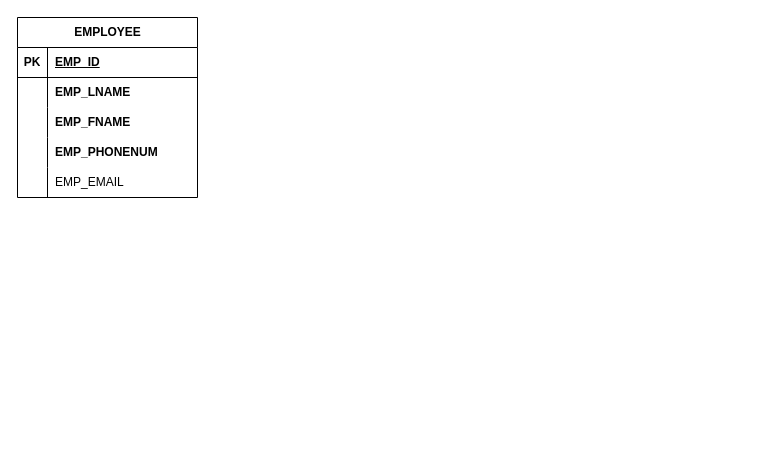
Above: hw1.drawio in Eren-Jeager123/ERD-COVID (draw.io), before the change. Source tidied: cells renumbered, new cells numbered last; positions are measured from the earlier drawing's top-left corner, leaving out a move shared by most shapes. Both pictures are drawn from the tidied source at 100%, with x=0, y=0 at pixel (17, 17).
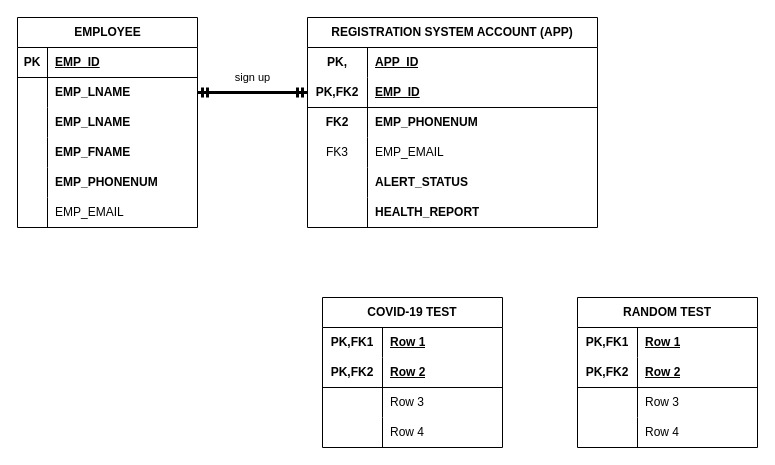
Above is the later version.

Unchanged cells that the change refers to:
```xml
<mxCell id="6" style="shape=tableRow;horizontal=0;startSize=0;swimlaneHead=0;swimlaneBody=0;fillColor=none;points=[[0,0.5],[1,0.5]];portConstraint=eastwest;top=0;left=0;right=0;bottom=0;" parent="2" vertex="1">
  <mxGeometry y="60" width="180" height="30" as="geometry" />
</mxCell>
```

The edit, as a diff of the source:
```diff
@@
     <mxCell id="2" value="EMPLOYEE" style="shape=table;startSize=30;childLayout=tableLayout;rowLines=0;fontStyle=1;align=center;html=1;" parent="1" vertex="1">
-      <mxGeometry width="180" height="180" as="geometry" />
+      <mxGeometry width="180" height="210" as="geometry" />
     </mxCell>
@@
+    <mxCell id="18" style="shape=tableRow;horizontal=0;startSize=0;swimlaneHead=0;swimlaneBody=0;fillColor=none;top=0;left=0;right=0;bottom=0;" parent="2" vertex="1">
+      <mxGeometry y="90" width="180" height="30" as="geometry" />
+    </mxCell>
+    <mxCell id="19" style="shape=partialRectangle;fillColor=none;top=0;left=0;bottom=0;right=0;overflow=hidden;whiteSpace=wrap;html=1;" parent="18" vertex="1">
+      <mxGeometry width="30" height="30" as="geometry" />
+    </mxCell>
+    <mxCell id="20" value="&lt;b&gt;EMP_LNAME&lt;/b&gt;" style="shape=partialRectangle;fillColor=none;top=0;left=0;bottom=0;right=0;align=left;spacingLeft=6;overflow=hidden;whiteSpace=wrap;html=1;" parent="18" vertex="1">
+      <mxGeometry x="30" width="150" height="30" as="geometry" />
+    </mxCell>
     <mxCell id="9" style="shape=tableRow;horizontal=0;startSize=0;swimlaneHead=0;swimlaneBody=0;fillColor=none;top=0;left=0;right=0;bottom=0;" parent="2" vertex="1">
-      <mxGeometry y="90" width="180" height="30" as="geometry" />
+      <mxGeometry y="120" width="180" height="30" as="geometry" />
     </mxCell>
@@
     <mxCell id="12" style="shape=tableRow;horizontal=0;startSize=0;swimlaneHead=0;swimlaneBody=0;fillColor=none;top=0;left=0;right=0;bottom=0;" parent="2" vertex="1">
-      <mxGeometry y="120" width="180" height="30" as="geometry" />
+      <mxGeometry y="150" width="180" height="30" as="geometry" />
     </mxCell>
@@
     <mxCell id="15" style="shape=tableRow;horizontal=0;startSize=0;swimlaneHead=0;swimlaneBody=0;fillColor=none;top=0;left=0;right=0;bottom=0;" parent="2" vertex="1">
-      <mxGeometry y="150" width="180" height="30" as="geometry" />
+      <mxGeometry y="180" width="180" height="30" as="geometry" />
     </mxCell>
@@
+    <mxCell id="21" value="sign up" style="edgeStyle=orthogonalEdgeStyle;rounded=0;jettySize=auto;html=1;exitX=1;exitY=0.5;exitDx=0;exitDy=0;entryX=0;entryY=0.5;entryDx=0;entryDy=0;startArrow=ERmandOne;startFill=0;endArrow=ERmandOne;endFill=0;strokeWidth=3;" parent="1" edge="1" source="6" target="26">
+      <mxGeometry y="15" relative="1" as="geometry" />
+    </mxCell>
+    <mxCell id="22" value="REGISTRATION SYSTEM ACCOUNT (APP)" style="shape=table;startSize=30;childLayout=tableLayout;rowLines=0;fontStyle=1;align=center;html=1;whiteSpace=wrap;" parent="1" vertex="1">
+      <mxGeometry x="290" width="290" height="210" as="geometry" />
+    </mxCell>
+    <mxCell id="23" style="shape=tableRow;horizontal=0;startSize=0;swimlaneHead=0;swimlaneBody=0;fillColor=none;top=0;left=0;right=0;bottom=0;html=1;" parent="22" vertex="1">
+      <mxGeometry y="30" width="290" height="30" as="geometry" />
+    </mxCell>
+    <mxCell id="24" value="PK," style="shape=partialRectangle;fillColor=none;top=0;left=0;bottom=0;right=0;fontStyle=1;overflow=hidden;html=1;whiteSpace=wrap;" parent="23" vertex="1">
+      <mxGeometry width="60" height="30" as="geometry" />
+    </mxCell>
+    <mxCell id="25" value="APP_ID" style="shape=partialRectangle;fillColor=none;top=0;left=0;bottom=0;right=0;align=left;spacingLeft=6;fontStyle=5;overflow=hidden;html=1;whiteSpace=wrap;" parent="23" vertex="1">
+      <mxGeometry x="60" width="230" height="30" as="geometry" />
+    </mxCell>
+    <mxCell id="26" style="shape=tableRow;horizontal=0;startSize=0;swimlaneHead=0;swimlaneBody=0;fillColor=none;points=[[0,0.5],[1,0.5]];portConstraint=eastwest;top=0;left=0;right=0;bottom=1;html=1;" parent="22" vertex="1">
+      <mxGeometry y="60" width="290" height="30" as="geometry" />
+    </mxCell>
+    <mxCell id="27" value="PK,FK2" style="shape=partialRectangle;fillColor=none;top=0;left=0;bottom=0;right=0;fontStyle=1;overflow=hidden;html=1;whiteSpace=wrap;" parent="26" vertex="1">
+      <mxGeometry width="60" height="30" as="geometry" />
+    </mxCell>
+    <mxCell id="28" value="EMP_ID" style="shape=partialRectangle;fillColor=none;top=0;left=0;bottom=0;right=0;align=left;spacingLeft=6;fontStyle=5;overflow=hidden;html=1;whiteSpace=wrap;" parent="26" vertex="1">
+      <mxGeometry x="60" width="230" height="30" as="geometry" />
+    </mxCell>
+    <mxCell id="29" style="shape=tableRow;horizontal=0;startSize=0;swimlaneHead=0;swimlaneBody=0;fillColor=none;top=0;left=0;right=0;bottom=0;html=1;" parent="22" vertex="1">
+      <mxGeometry y="90" width="290" height="30" as="geometry" />
+    </mxCell>
+    <mxCell id="30" value="&lt;b&gt;FK2&lt;/b&gt;" style="shape=partialRectangle;fillColor=none;top=0;left=0;bottom=0;right=0;overflow=hidden;html=1;whiteSpace=wrap;" parent="29" vertex="1">
+      <mxGeometry width="60" height="30" as="geometry" />
+    </mxCell>
+    <mxCell id="31" value="&lt;b&gt;EMP_PHONENUM&lt;/b&gt;" style="shape=partialRectangle;fillColor=none;top=0;left=0;bottom=0;right=0;align=left;spacingLeft=6;overflow=hidden;html=1;whiteSpace=wrap;" parent="29" vertex="1">
+      <mxGeometry x="60" width="230" height="30" as="geometry" />
+    </mxCell>
+    <mxCell id="32" style="shape=tableRow;horizontal=0;startSize=0;swimlaneHead=0;swimlaneBody=0;fillColor=none;top=0;left=0;right=0;bottom=0;html=1;" parent="22" vertex="1">
+      <mxGeometry y="120" width="290" height="30" as="geometry" />
+    </mxCell>
+    <mxCell id="33" value="FK3" style="shape=partialRectangle;fillColor=none;top=0;left=0;bottom=0;right=0;overflow=hidden;html=1;whiteSpace=wrap;" parent="32" vertex="1">
+      <mxGeometry width="60" height="30" as="geometry" />
+    </mxCell>
+    <mxCell id="34" value="EMP_EMAIL" style="shape=partialRectangle;fillColor=none;top=0;left=0;bottom=0;right=0;align=left;spacingLeft=6;overflow=hidden;html=1;whiteSpace=wrap;" parent="32" vertex="1">
+      <mxGeometry x="60" width="230" height="30" as="geometry" />
+    </mxCell>
+    <mxCell id="35" style="shape=tableRow;horizontal=0;startSize=0;swimlaneHead=0;swimlaneBody=0;fillColor=none;top=0;left=0;right=0;bottom=0;html=1;" parent="22" vertex="1">
+      <mxGeometry y="150" width="290" height="30" as="geometry" />
+    </mxCell>
+    <mxCell id="36" style="shape=partialRectangle;fillColor=none;top=0;left=0;bottom=0;right=0;overflow=hidden;html=1;whiteSpace=wrap;" parent="35" vertex="1">
+      <mxGeometry width="60" height="30" as="geometry" />
+    </mxCell>
+    <mxCell id="37" value="&lt;b&gt;ALERT_STATUS&lt;/b&gt;" style="shape=partialRectangle;fillColor=none;top=0;left=0;bottom=0;right=0;align=left;spacingLeft=6;overflow=hidden;html=1;whiteSpace=wrap;" parent="35" vertex="1">
+      <mxGeometry x="60" width="230" height="30" as="geometry" />
+    </mxCell>
+    <mxCell id="38" style="shape=tableRow;horizontal=0;startSize=0;swimlaneHead=0;swimlaneBody=0;fillColor=none;top=0;left=0;right=0;bottom=0;html=1;" parent="22" vertex="1">
+      <mxGeometry y="180" width="290" height="30" as="geometry" />
+    </mxCell>
+    <mxCell id="39" style="shape=partialRectangle;fillColor=none;top=0;left=0;bottom=0;right=0;overflow=hidden;html=1;whiteSpace=wrap;" parent="38" vertex="1">
+      <mxGeometry width="60" height="30" as="geometry" />
+    </mxCell>
+    <mxCell id="40" value="&lt;b&gt;HEALTH_REPORT&lt;/b&gt;" style="shape=partialRectangle;fillColor=none;top=0;left=0;bottom=0;right=0;align=left;spacingLeft=6;overflow=hidden;html=1;whiteSpace=wrap;" parent="38" vertex="1">
+      <mxGeometry x="60" width="230" height="30" as="geometry" />
+    </mxCell>
+    <mxCell id="41" value="COVID-19 TEST" style="shape=table;startSize=30;childLayout=tableLayout;rowLines=0;fontStyle=1;align=center;html=1;whiteSpace=wrap;" parent="1" vertex="1">
+      <mxGeometry x="305" y="280" width="180" height="150" as="geometry" />
+    </mxCell>
+    <mxCell id="42" style="shape=tableRow;horizontal=0;startSize=0;swimlaneHead=0;swimlaneBody=0;fillColor=none;top=0;left=0;right=0;bottom=0;html=1;" parent="41" vertex="1">
+      <mxGeometry y="30" width="180" height="30" as="geometry" />
+    </mxCell>
+    <mxCell id="43" value="PK,FK1" style="shape=partialRectangle;fillColor=none;top=0;left=0;bottom=0;right=0;fontStyle=1;overflow=hidden;html=1;whiteSpace=wrap;" parent="42" vertex="1">
+      <mxGeometry width="60" height="30" as="geometry" />
+    </mxCell>
+    <mxCell id="44" value="Row 1" style="shape=partialRectangle;fillColor=none;top=0;left=0;bottom=0;right=0;align=left;spacingLeft=6;fontStyle=5;overflow=hidden;html=1;whiteSpace=wrap;" parent="42" vertex="1">
+      <mxGeometry x="60" width="120" height="30" as="geometry" />
+    </mxCell>
+    <mxCell id="45" style="shape=tableRow;horizontal=0;startSize=0;swimlaneHead=0;swimlaneBody=0;fillColor=none;top=0;left=0;right=0;bottom=1;html=1;" parent="41" vertex="1">
+      <mxGeometry y="60" width="180" height="30" as="geometry" />
+    </mxCell>
+    <mxCell id="46" value="PK,FK2" style="shape=partialRectangle;fillColor=none;top=0;left=0;bottom=0;right=0;fontStyle=1;overflow=hidden;html=1;whiteSpace=wrap;" parent="45" vertex="1">
+      <mxGeometry width="60" height="30" as="geometry" />
+    </mxCell>
+    <mxCell id="47" value="Row 2" style="shape=partialRectangle;fillColor=none;top=0;left=0;bottom=0;right=0;align=left;spacingLeft=6;fontStyle=5;overflow=hidden;html=1;whiteSpace=wrap;" parent="45" vertex="1">
+      <mxGeometry x="60" width="120" height="30" as="geometry" />
+    </mxCell>
+    <mxCell id="48" style="shape=tableRow;horizontal=0;startSize=0;swimlaneHead=0;swimlaneBody=0;fillColor=none;top=0;left=0;right=0;bottom=0;html=1;" parent="41" vertex="1">
+      <mxGeometry y="90" width="180" height="30" as="geometry" />
+    </mxCell>
+    <mxCell id="49" style="shape=partialRectangle;fillColor=none;top=0;left=0;bottom=0;right=0;overflow=hidden;html=1;whiteSpace=wrap;" parent="48" vertex="1">
+      <mxGeometry width="60" height="30" as="geometry" />
+    </mxCell>
+    <mxCell id="50" value="Row 3" style="shape=partialRectangle;fillColor=none;top=0;left=0;bottom=0;right=0;align=left;spacingLeft=6;overflow=hidden;html=1;whiteSpace=wrap;" parent="48" vertex="1">
+      <mxGeometry x="60" width="120" height="30" as="geometry" />
+    </mxCell>
+    <mxCell id="51" style="shape=tableRow;horizontal=0;startSize=0;swimlaneHead=0;swimlaneBody=0;fillColor=none;top=0;left=0;right=0;bottom=0;html=1;" parent="41" vertex="1">
+      <mxGeometry y="120" width="180" height="30" as="geometry" />
+    </mxCell>
+    <mxCell id="52" style="shape=partialRectangle;fillColor=none;top=0;left=0;bottom=0;right=0;overflow=hidden;html=1;whiteSpace=wrap;" parent="51" vertex="1">
+      <mxGeometry width="60" height="30" as="geometry" />
+    </mxCell>
+    <mxCell id="53" value="Row 4" style="shape=partialRectangle;fillColor=none;top=0;left=0;bottom=0;right=0;align=left;spacingLeft=6;overflow=hidden;html=1;whiteSpace=wrap;" parent="51" vertex="1">
+      <mxGeometry x="60" width="120" height="30" as="geometry" />
+    </mxCell>
+    <mxCell id="54" value="RANDOM TEST" style="shape=table;startSize=30;childLayout=tableLayout;rowLines=0;fontStyle=1;align=center;html=1;whiteSpace=wrap;" parent="1" vertex="1">
+      <mxGeometry x="560" y="280" width="180" height="150" as="geometry" />
+    </mxCell>
+    <mxCell id="55" style="shape=tableRow;horizontal=0;startSize=0;swimlaneHead=0;swimlaneBody=0;fillColor=none;top=0;left=0;right=0;bottom=0;html=1;" parent="54" vertex="1">
+      <mxGeometry y="30" width="180" height="30" as="geometry" />
+    </mxCell>
+    <mxCell id="56" value="PK,FK1" style="shape=partialRectangle;fillColor=none;top=0;left=0;bottom=0;right=0;fontStyle=1;overflow=hidden;html=1;whiteSpace=wrap;" parent="55" vertex="1">
+      <mxGeometry width="60" height="30" as="geometry" />
+    </mxCell>
+    <mxCell id="57" value="Row 1" style="shape=partialRectangle;fillColor=none;top=0;left=0;bottom=0;right=0;align=left;spacingLeft=6;fontStyle=5;overflow=hidden;html=1;whiteSpace=wrap;" parent="55" vertex="1">
+      <mxGeometry x="60" width="120" height="30" as="geometry" />
+    </mxCell>
+    <mxCell id="58" style="shape=tableRow;horizontal=0;startSize=0;swimlaneHead=0;swimlaneBody=0;fillColor=none;top=0;left=0;right=0;bottom=1;html=1;" parent="54" vertex="1">
+      <mxGeometry y="60" width="180" height="30" as="geometry" />
+    </mxCell>
+    <mxCell id="59" value="PK,FK2" style="shape=partialRectangle;fillColor=none;top=0;left=0;bottom=0;right=0;fontStyle=1;overflow=hidden;html=1;whiteSpace=wrap;" parent="58" vertex="1">
+      <mxGeometry width="60" height="30" as="geometry" />
+    </mxCell>
+    <mxCell id="60" value="Row 2" style="shape=partialRectangle;fillColor=none;top=0;left=0;bottom=0;right=0;align=left;spacingLeft=6;fontStyle=5;overflow=hidden;html=1;whiteSpace=wrap;" parent="58" vertex="1">
+      <mxGeometry x="60" width="120" height="30" as="geometry" />
+    </mxCell>
+    <mxCell id="61" style="shape=tableRow;horizontal=0;startSize=0;swimlaneHead=0;swimlaneBody=0;fillColor=none;top=0;left=0;right=0;bottom=0;html=1;" parent="54" vertex="1">
+      <mxGeometry y="90" width="180" height="30" as="geometry" />
+    </mxCell>
+    <mxCell id="62" style="shape=partialRectangle;fillColor=none;top=0;left=0;bottom=0;right=0;overflow=hidden;html=1;whiteSpace=wrap;" parent="61" vertex="1">
+      <mxGeometry width="60" height="30" as="geometry" />
+    </mxCell>
+    <mxCell id="63" value="Row 3" style="shape=partialRectangle;fillColor=none;top=0;left=0;bottom=0;right=0;align=left;spacingLeft=6;overflow=hidden;html=1;whiteSpace=wrap;" parent="61" vertex="1">
+      <mxGeometry x="60" width="120" height="30" as="geometry" />
+    </mxCell>
+    <mxCell id="64" style="shape=tableRow;horizontal=0;startSize=0;swimlaneHead=0;swimlaneBody=0;fillColor=none;top=0;left=0;right=0;bottom=0;html=1;" parent="54" vertex="1">
+      <mxGeometry y="120" width="180" height="30" as="geometry" />
+    </mxCell>
+    <mxCell id="65" style="shape=partialRectangle;fillColor=none;top=0;left=0;bottom=0;right=0;overflow=hidden;html=1;whiteSpace=wrap;" parent="64" vertex="1">
+      <mxGeometry width="60" height="30" as="geometry" />
+    </mxCell>
+    <mxCell id="66" value="Row 4" style="shape=partialRectangle;fillColor=none;top=0;left=0;bottom=0;right=0;align=left;spacingLeft=6;overflow=hidden;html=1;whiteSpace=wrap;" parent="64" vertex="1">
+      <mxGeometry x="60" width="120" height="30" as="geometry" />
+    </mxCell>
```
